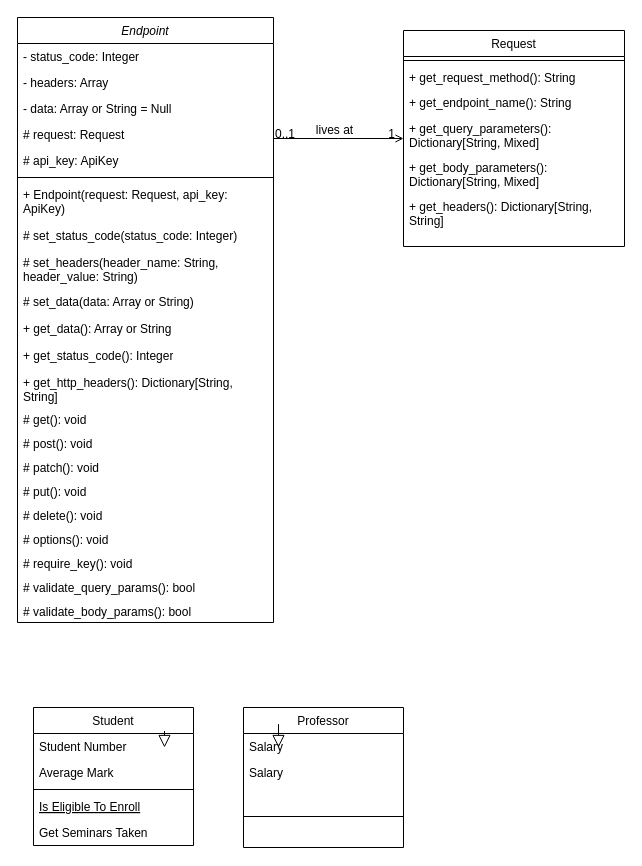
Before: uml_class_diagram/UMLClassDiagram.drawio in sdjs-s-a-gh/Web_API---Software_Architecture, a draw.io diagram. Source tidied: cells renumbered, new cells numbered last; positions are measured from the earlier drawing's top-left corner, leaving out a move shared by most shapes. Both pictures are drawn from the tidied source at 100%, with x=0, y=0 at pixel (17, 17).
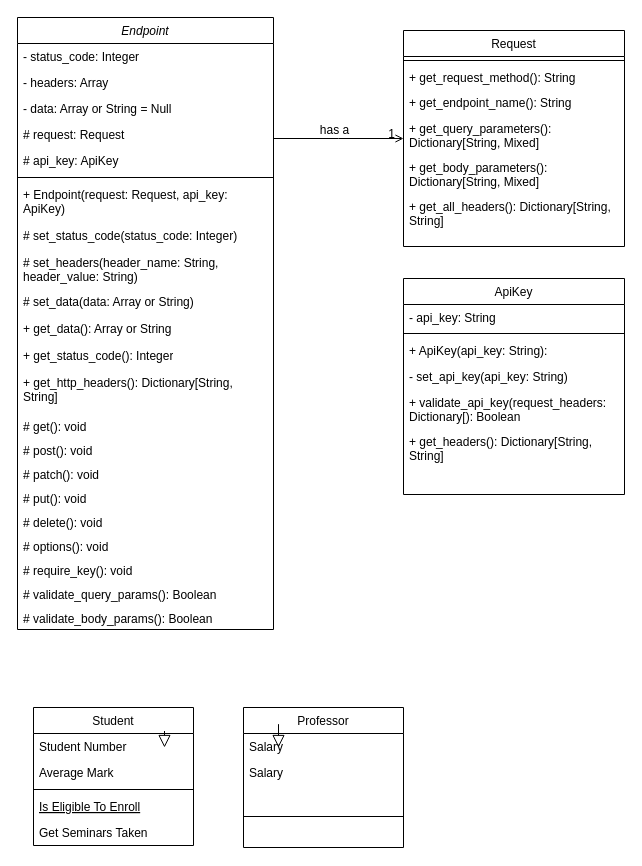
The same diagram, later.

Unchanged cells that the change refers to:
```xml
<mxCell id="37" value="Request" style="swimlane;fontStyle=0;align=center;verticalAlign=top;horizontal=1;startSize=26;rounded=0;shadow=0;strokeWidth=1;" parent="1" vertex="1">
  <mxGeometry x="386" y="13" width="221" height="216" as="geometry" />
</mxCell>
<mxCell id="44" style="endArrow=open;shadow=0;strokeWidth=1;rounded=0;curved=0;endFill=1;edgeStyle=elbowEdgeStyle;elbow=vertical;" parent="1" edge="1" source="2" target="37">
  <mxGeometry x="0.5" y="41" relative="1" as="geometry">
    <mxPoint x="-40" y="32" as="offset" />
  </mxGeometry>
</mxCell>
```

Diff of the diagram source:
```diff
@@
     <mxCell id="2" value="Endpoint" style="swimlane;fontStyle=2;align=center;verticalAlign=top;horizontal=1;startSize=26;rounded=0;shadow=0;strokeWidth=1;" parent="1" vertex="1">
-      <mxGeometry width="256" height="605" as="geometry" />
+      <mxGeometry width="256" height="612" as="geometry" />
     </mxCell>
@@
     <mxCell id="15" value="+ get_http_headers(): Dictionary[String, String]" style="text;align=left;verticalAlign=top;spacingLeft=4;spacingRight=4;overflow=hidden;whiteSpace=wrap;" parent="2" vertex="1">
-      <mxGeometry y="352" width="256" height="37" as="geometry" />
+      <mxGeometry y="352" width="256" height="44" as="geometry" />
     </mxCell>
     <mxCell id="16" value="# get(): void" style="text;align=left;verticalAlign=top;spacingLeft=4;spacingRight=4;overflow=hidden;whiteSpace=wrap;" parent="2" vertex="1">
-      <mxGeometry y="389" width="256" height="24" as="geometry" />
+      <mxGeometry y="396" width="256" height="24" as="geometry" />
     </mxCell>
     <mxCell id="17" value="# post(): void" style="text;align=left;verticalAlign=top;spacingLeft=4;spacingRight=4;overflow=hidden;whiteSpace=wrap;" parent="2" vertex="1">
-      <mxGeometry y="413" width="256" height="24" as="geometry" />
+      <mxGeometry y="420" width="256" height="24" as="geometry" />
     </mxCell>
     <mxCell id="18" value="# patch(): void" style="text;align=left;verticalAlign=top;spacingLeft=4;spacingRight=4;overflow=hidden;whiteSpace=wrap;" parent="2" vertex="1">
-      <mxGeometry y="437" width="256" height="24" as="geometry" />
+      <mxGeometry y="444" width="256" height="24" as="geometry" />
     </mxCell>
     <mxCell id="19" value="# put(): void" style="text;align=left;verticalAlign=top;spacingLeft=4;spacingRight=4;overflow=hidden;whiteSpace=wrap;" parent="2" vertex="1">
-      <mxGeometry y="461" width="256" height="24" as="geometry" />
+      <mxGeometry y="468" width="256" height="24" as="geometry" />
     </mxCell>
     <mxCell id="20" value="# delete(): void" style="text;align=left;verticalAlign=top;spacingLeft=4;spacingRight=4;overflow=hidden;whiteSpace=wrap;" parent="2" vertex="1">
-      <mxGeometry y="485" width="256" height="24" as="geometry" />
+      <mxGeometry y="492" width="256" height="24" as="geometry" />
     </mxCell>
     <mxCell id="21" value="# options(): void" style="text;align=left;verticalAlign=top;spacingLeft=4;spacingRight=4;overflow=hidden;whiteSpace=wrap;" parent="2" vertex="1">
-      <mxGeometry y="509" width="256" height="24" as="geometry" />
+      <mxGeometry y="516" width="256" height="24" as="geometry" />
     </mxCell>
     <mxCell id="22" value="# require_key(): void" style="text;align=left;verticalAlign=top;spacingLeft=4;spacingRight=4;overflow=hidden;whiteSpace=wrap;" parent="2" vertex="1">
-      <mxGeometry y="533" width="256" height="24" as="geometry" />
+      <mxGeometry y="540" width="256" height="24" as="geometry" />
     </mxCell>
-    <mxCell id="23" value="# validate_query_params(): bool" style="text;align=left;verticalAlign=top;spacingLeft=4;spacingRight=4;overflow=hidden;whiteSpace=wrap;" parent="2" vertex="1">
-      <mxGeometry y="557" width="256" height="24" as="geometry" />
+    <mxCell id="23" value="# validate_query_params(): Boolean" style="text;align=left;verticalAlign=top;spacingLeft=4;spacingRight=4;overflow=hidden;whiteSpace=wrap;" parent="2" vertex="1">
+      <mxGeometry y="564" width="256" height="24" as="geometry" />
     </mxCell>
-    <mxCell id="24" value="# validate_body_params(): bool" style="text;align=left;verticalAlign=top;spacingLeft=4;spacingRight=4;overflow=hidden;whiteSpace=wrap;" parent="2" vertex="1">
-      <mxGeometry y="581" width="256" height="24" as="geometry" />
+    <mxCell id="24" value="# validate_body_params(): Boolean" style="text;align=left;verticalAlign=top;spacingLeft=4;spacingRight=4;overflow=hidden;whiteSpace=wrap;" parent="2" vertex="1">
+      <mxGeometry y="588" width="256" height="24" as="geometry" />
     </mxCell>
@@
-    <mxCell id="43" value="+ get_headers(): Dictionary[String, String]" style="text;align=left;verticalAlign=top;spacingLeft=4;spacingRight=4;overflow=hidden;whiteSpace=wrap;" parent="37" vertex="1">
+    <mxCell id="43" value="+ get_all_headers(): Dictionary[String, String]" style="text;align=left;verticalAlign=top;spacingLeft=4;spacingRight=4;overflow=hidden;whiteSpace=wrap;" parent="37" vertex="1">
       <mxGeometry y="163" width="221" height="39" as="geometry" />
     </mxCell>
@@
-    <mxCell id="45" value="0..1" style="align=left;verticalAlign=bottom;labelBackgroundColor=none;fontSize=12;" parent="44" vertex="1">
-      <mxGeometry x="-1" relative="1" as="geometry">
-        <mxPoint y="4" as="offset" />
-      </mxGeometry>
-    </mxCell>
@@
-    <mxCell id="47" value="lives at" style="text;html=1;align=center;verticalAlign=middle;labelBackgroundColor=none;rounded=0;shadow=0;strokeWidth=1;fontSize=12;" parent="44" vertex="1">
+    <mxCell id="47" value="has a" style="text;html=1;align=center;verticalAlign=middle;labelBackgroundColor=none;rounded=0;shadow=0;strokeWidth=1;fontSize=12;" parent="44" vertex="1">
       <mxGeometry x="0.5" y="49" relative="1" as="geometry">
         <mxPoint x="-38" y="40" as="offset" />
       </mxGeometry>
     </mxCell>
+    <mxCell id="48" value="ApiKey" style="swimlane;fontStyle=0;align=center;verticalAlign=top;horizontal=1;startSize=26;rounded=0;shadow=0;strokeWidth=1;" parent="1" vertex="1">
+      <mxGeometry x="386" y="261" width="221" height="216" as="geometry" />
+    </mxCell>
+    <mxCell id="49" value="- api_key: String" style="text;align=left;verticalAlign=top;spacingLeft=4;spacingRight=4;overflow=hidden;" parent="48" vertex="1">
+      <mxGeometry y="26" width="221" height="25" as="geometry" />
+    </mxCell>
+    <mxCell id="50" style="line;html=1;strokeWidth=1;align=left;verticalAlign=middle;spacingTop=-1;spacingLeft=3;spacingRight=3;labelPosition=right;" parent="48" vertex="1">
+      <mxGeometry y="51" width="221" height="8" as="geometry" />
+    </mxCell>
+    <mxCell id="51" value="+ ApiKey(api_key: String):" style="text;align=left;verticalAlign=top;spacingLeft=4;spacingRight=4;overflow=hidden;" parent="48" vertex="1">
+      <mxGeometry y="59" width="221" height="26" as="geometry" />
+    </mxCell>
+    <mxCell id="52" value="- set_api_key(api_key: String)" style="text;align=left;verticalAlign=top;spacingLeft=4;spacingRight=4;overflow=hidden;whiteSpace=wrap;" parent="48" vertex="1">
+      <mxGeometry y="85" width="221" height="26" as="geometry" />
+    </mxCell>
+    <mxCell id="53" value="+ validate_api_key(request_headers: Dictionary[): Boolean" style="text;align=left;verticalAlign=top;spacingLeft=4;spacingRight=4;overflow=hidden;whiteSpace=wrap;" parent="48" vertex="1">
+      <mxGeometry y="111" width="221" height="39" as="geometry" />
+    </mxCell>
+    <mxCell id="54" value="+ get_headers(): Dictionary[String, String]" style="text;align=left;verticalAlign=top;spacingLeft=4;spacingRight=4;overflow=hidden;whiteSpace=wrap;" parent="48" vertex="1">
+      <mxGeometry y="150" width="221" height="39" as="geometry" />
+    </mxCell>
```
